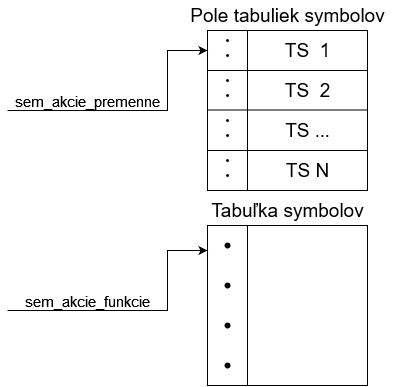
The draw.io diagram documentation/src/tabuľka symbolov.drawio.png in AndreiShchepa/BUT_COMPILER_2021, before a commit. Source tidied: cells renumbered, new cells last; positions are measured from the earlier drawing's top-left corner, leaving out a move shared by most shapes.
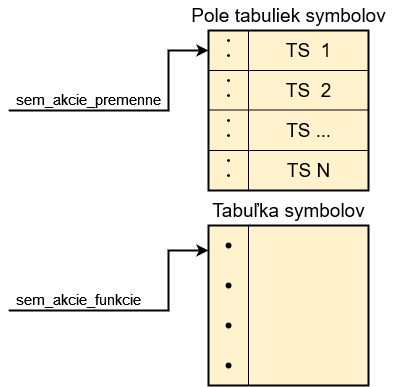
After the change.

The edit, as a diff of the source:
```diff
@@ -2,7 +2,7 @@
   <root>
     <mxCell id="0" />
     <mxCell id="1" parent="0" />
-    <mxCell id="2" style="whiteSpace=wrap;html=1;fontSize=19;strokeWidth=1;" parent="1" vertex="1">
+    <mxCell id="2" style="whiteSpace=wrap;html=1;fontSize=19;strokeWidth=2;fillColor=#fff2cc;strokeColor=#000000;" parent="1" vertex="1">
       <mxGeometry x="200" y="30" width="160" height="160" as="geometry" />
     </mxCell>
     <mxCell id="3" value="Pole tabuliek symbolov" style="text;html=1;align=center;verticalAlign=middle;strokeColor=none;fillColor=none;fontSize=19;" parent="1" vertex="1">
@@ -56,7 +56,7 @@
     <mxCell id="17" style="shape=waypoint;sketch=0;fillStyle=solid;size=3;fillColor=none;perimeter=centerPerimeter;fontSize=19;strokeWidth=1;" parent="1" vertex="1">
       <mxGeometry x="200" y="155" width="40" height="40" as="geometry" />
     </mxCell>
-    <mxCell id="18" style="whiteSpace=wrap;html=1;fontSize=19;strokeWidth=1;" parent="1" vertex="1">
+    <mxCell id="18" style="whiteSpace=wrap;html=1;fontSize=19;strokeWidth=2;fillColor=#fff2cc;strokeColor=#000000;" parent="1" vertex="1">
       <mxGeometry x="200" y="225" width="160" height="160" as="geometry" />
     </mxCell>
     <mxCell id="19" value="Tabuľka symbolov" style="text;html=1;align=center;verticalAlign=middle;strokeColor=none;fillColor=none;fontSize=19;" parent="1" vertex="1">
@@ -77,7 +77,7 @@
     <mxCell id="24" style="shape=waypoint;sketch=0;fillStyle=solid;size=6;fillColor=none;perimeter=centerPerimeter;fontSize=19;strokeWidth=1;" parent="1" vertex="1">
       <mxGeometry x="200" y="345" width="40" height="40" as="geometry" />
     </mxCell>
-    <mxCell id="25" style="endArrow=classic;html=1;rounded=0;fontSize=18;" parent="1" edge="1">
+    <mxCell id="25" style="endArrow=classic;html=1;rounded=0;fontSize=18;strokeWidth=2;" parent="1" edge="1">
       <mxGeometry relative="1" as="geometry">
         <mxPoint y="110" as="sourcePoint" />
         <mxPoint x="200" y="50" as="targetPoint" />
@@ -94,9 +94,9 @@
       <mxGeometry x="200" y="35" width="40" height="40" as="geometry" />
     </mxCell>
     <mxCell id="28" value="&lt;font style=&quot;font-size: 15px&quot;&gt;sem_akcie_premenne&lt;/font&gt;" style="text;html=1;align=center;verticalAlign=middle;strokeColor=none;fillColor=none;fontSize=18;" parent="1" vertex="1">
-      <mxGeometry y="85" width="160" height="30" as="geometry" />
+      <mxGeometry y="83" width="160" height="30" as="geometry" />
     </mxCell>
-    <mxCell id="29" style="endArrow=classic;html=1;rounded=0;fontSize=18;" parent="1" edge="1">
+    <mxCell id="29" style="endArrow=classic;html=1;rounded=0;fontSize=18;strokeWidth=2;" parent="1" edge="1">
       <mxGeometry relative="1" as="geometry">
         <mxPoint y="310" as="sourcePoint" />
         <mxPoint x="200" y="250" as="targetPoint" />
@@ -107,7 +107,7 @@
       </mxGeometry>
     </mxCell>
     <mxCell id="30" value="&lt;font style=&quot;font-size: 15px&quot;&gt;sem_akcie_funkcie&lt;/font&gt;" style="text;html=1;align=center;verticalAlign=middle;strokeColor=none;fillColor=none;fontSize=18;" parent="1" vertex="1">
-      <mxGeometry x="10" y="285" width="140" height="30" as="geometry" />
+      <mxGeometry y="283" width="140" height="30" as="geometry" />
     </mxCell>
   </root>
 </mxGraphModel>
```
